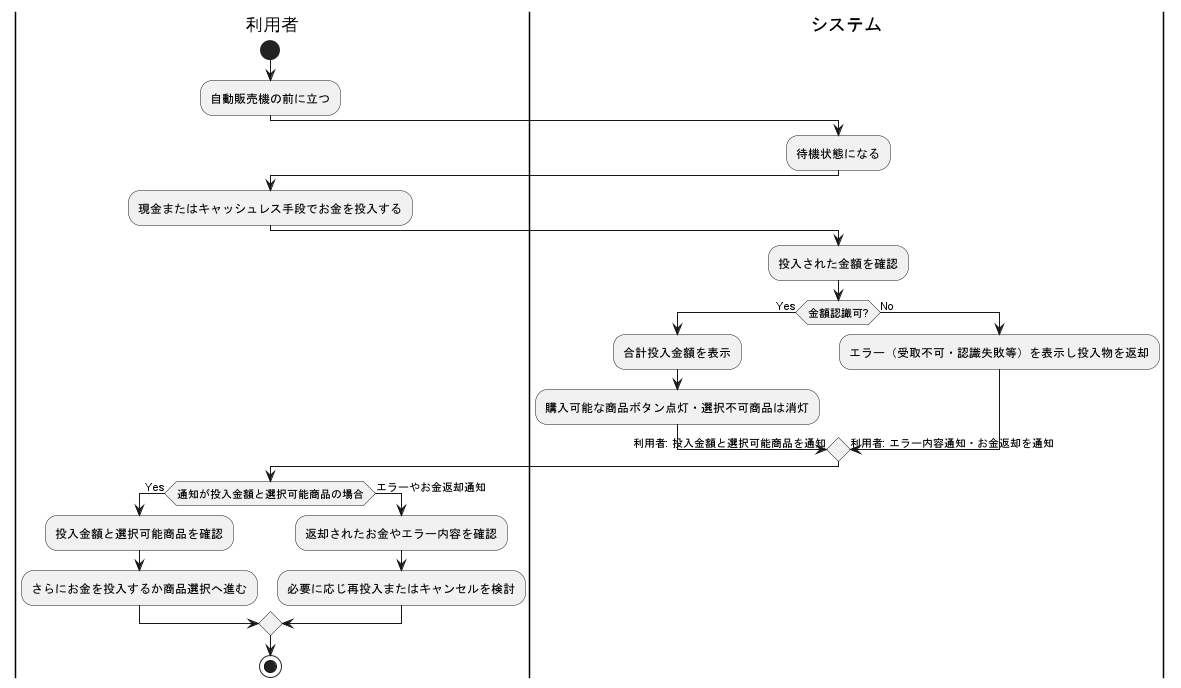
This is アクティビティ図_ユースケース/お金を投入する.png from masaki-kato-119/VendingMachine, a PlantUML export, as it was before one commit.
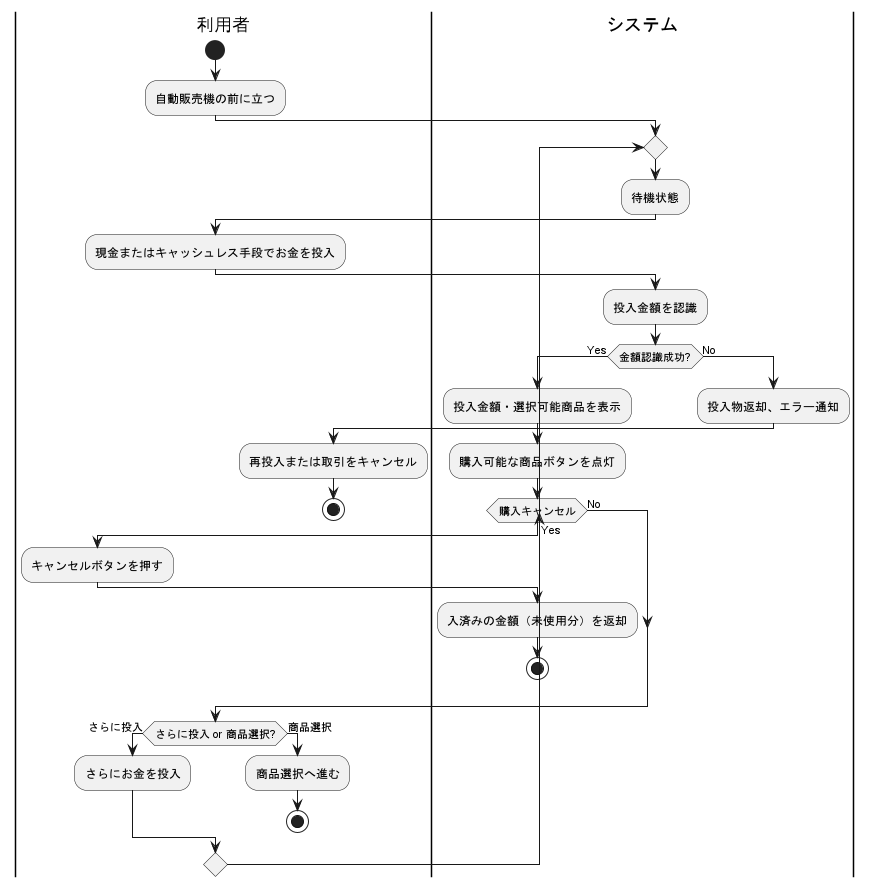
After the commit.

Diff of the diagram source:
```diff
@@ -1,34 +1,42 @@
 @startuml
 |利用者|
-  start
-  :自動販売機の前に立つ;
+start
+:自動販売機の前に立つ;
+repeat
+|システム|
+:待機状態;
+
+|利用者|
+:現金またはキャッシュレス手段でお金を投入;
 
 |システム|
-  :待機状態になる;
+:投入金額を認識;
+if (金額認識成功?) then (Yes)
+  :投入金額・選択可能商品を表示;
+  :購入可能な商品ボタンを点灯;
+  if (購入キャンセル) then (Yes)
+    |利用者|
+    :キャンセルボタンを押す;
+    |システム|
+    :入済みの金額（未使用分）を返却;
+    stop
+  else (No)
+  endif
+else (No)
+  |システム|
+  :投入物返却、エラー通知;
+  |利用者|
+  :再投入または取引をキャンセル;
+  stop
+endif
 
 |利用者|
-  :現金またはキャッシュレス手段でお金を投入する;
-
-|システム|
-  :投入された金額を確認;
-  if (金額認識可?) then (Yes)
-    :合計投入金額を表示;
-    :購入可能な商品ボタン点灯・選択不可商品は消灯;
-    ->利用者: 投入金額と選択可能商品を通知;
-  else (No)
-    :エラー（受取不可・認識失敗等）を表示し投入物を返却;
-    ->利用者: エラー内容通知・お金返却を通知;
-  endif
-
-|利用者|
-  if (通知が投入金額と選択可能商品の場合) then (Yes)
-    :投入金額と選択可能商品を確認;
-    :さらにお金を投入するか商品選択へ進む;
-  else (エラーやお金返却通知)
-    :返却されたお金やエラー内容を確認;
-    :必要に応じ再投入またはキャンセルを検討;
-  endif
-
-stop
+if (さらに投入 or 商品選択?) then (さらに投入)
+  :さらにお金を投入;
+else (商品選択)
+  :商品選択へ進む;
+  stop
+endif
+repeat while ()
 
 @enduml
```
